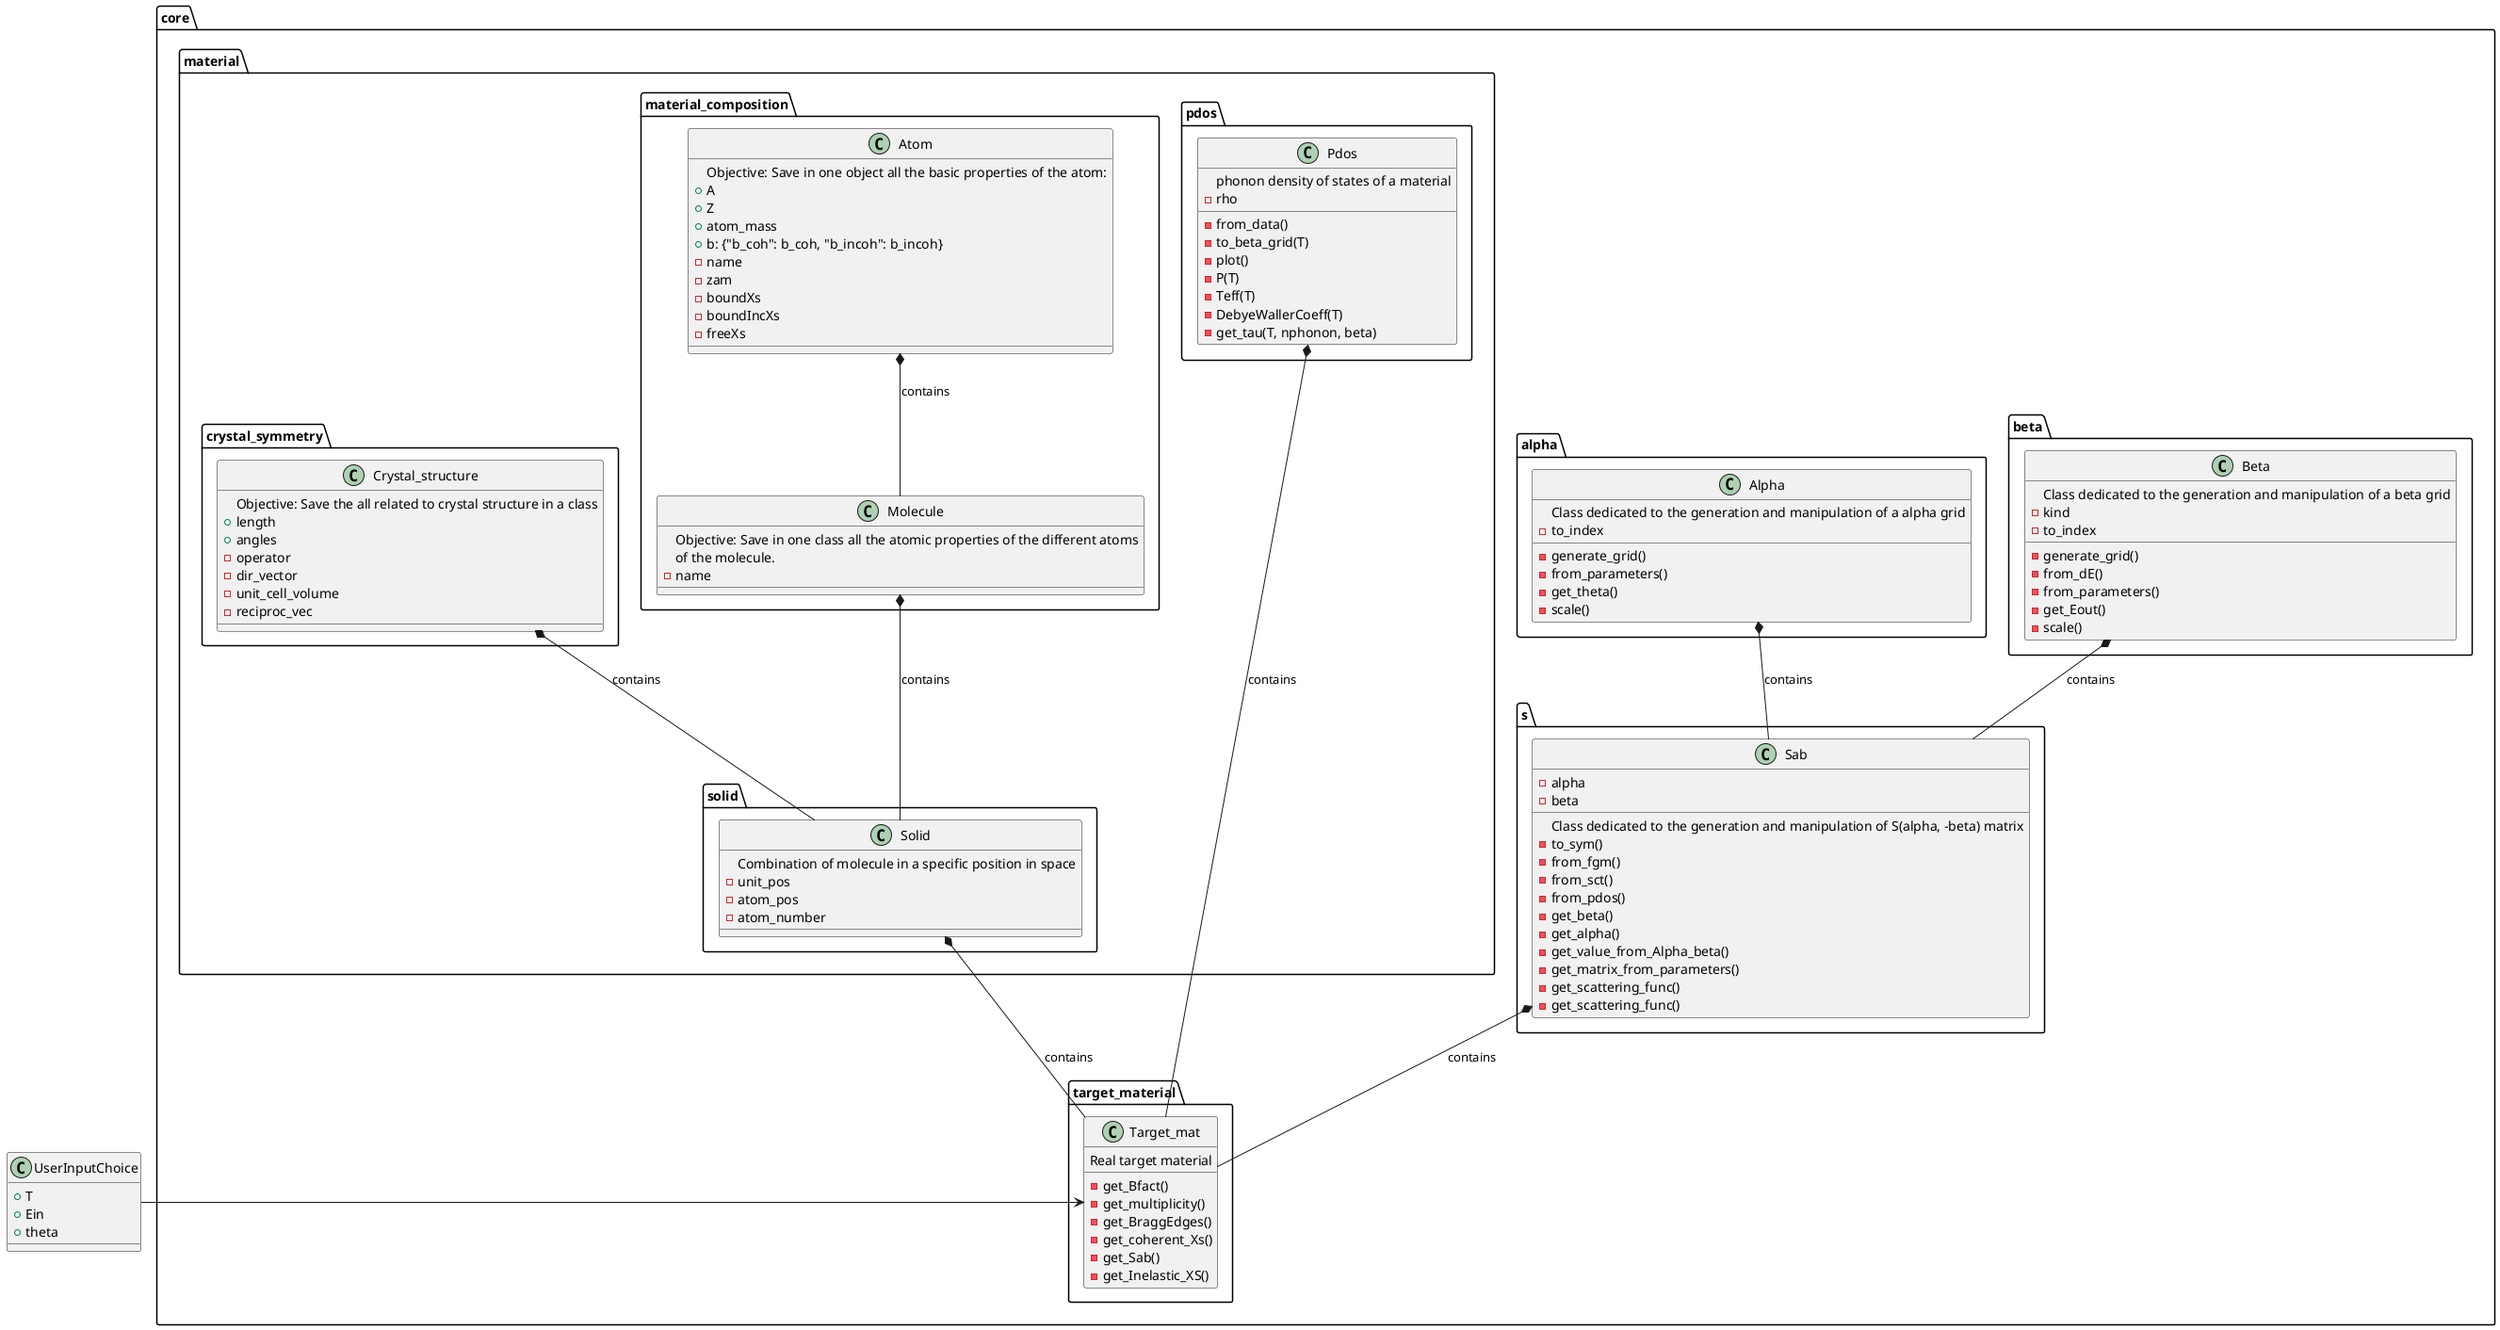
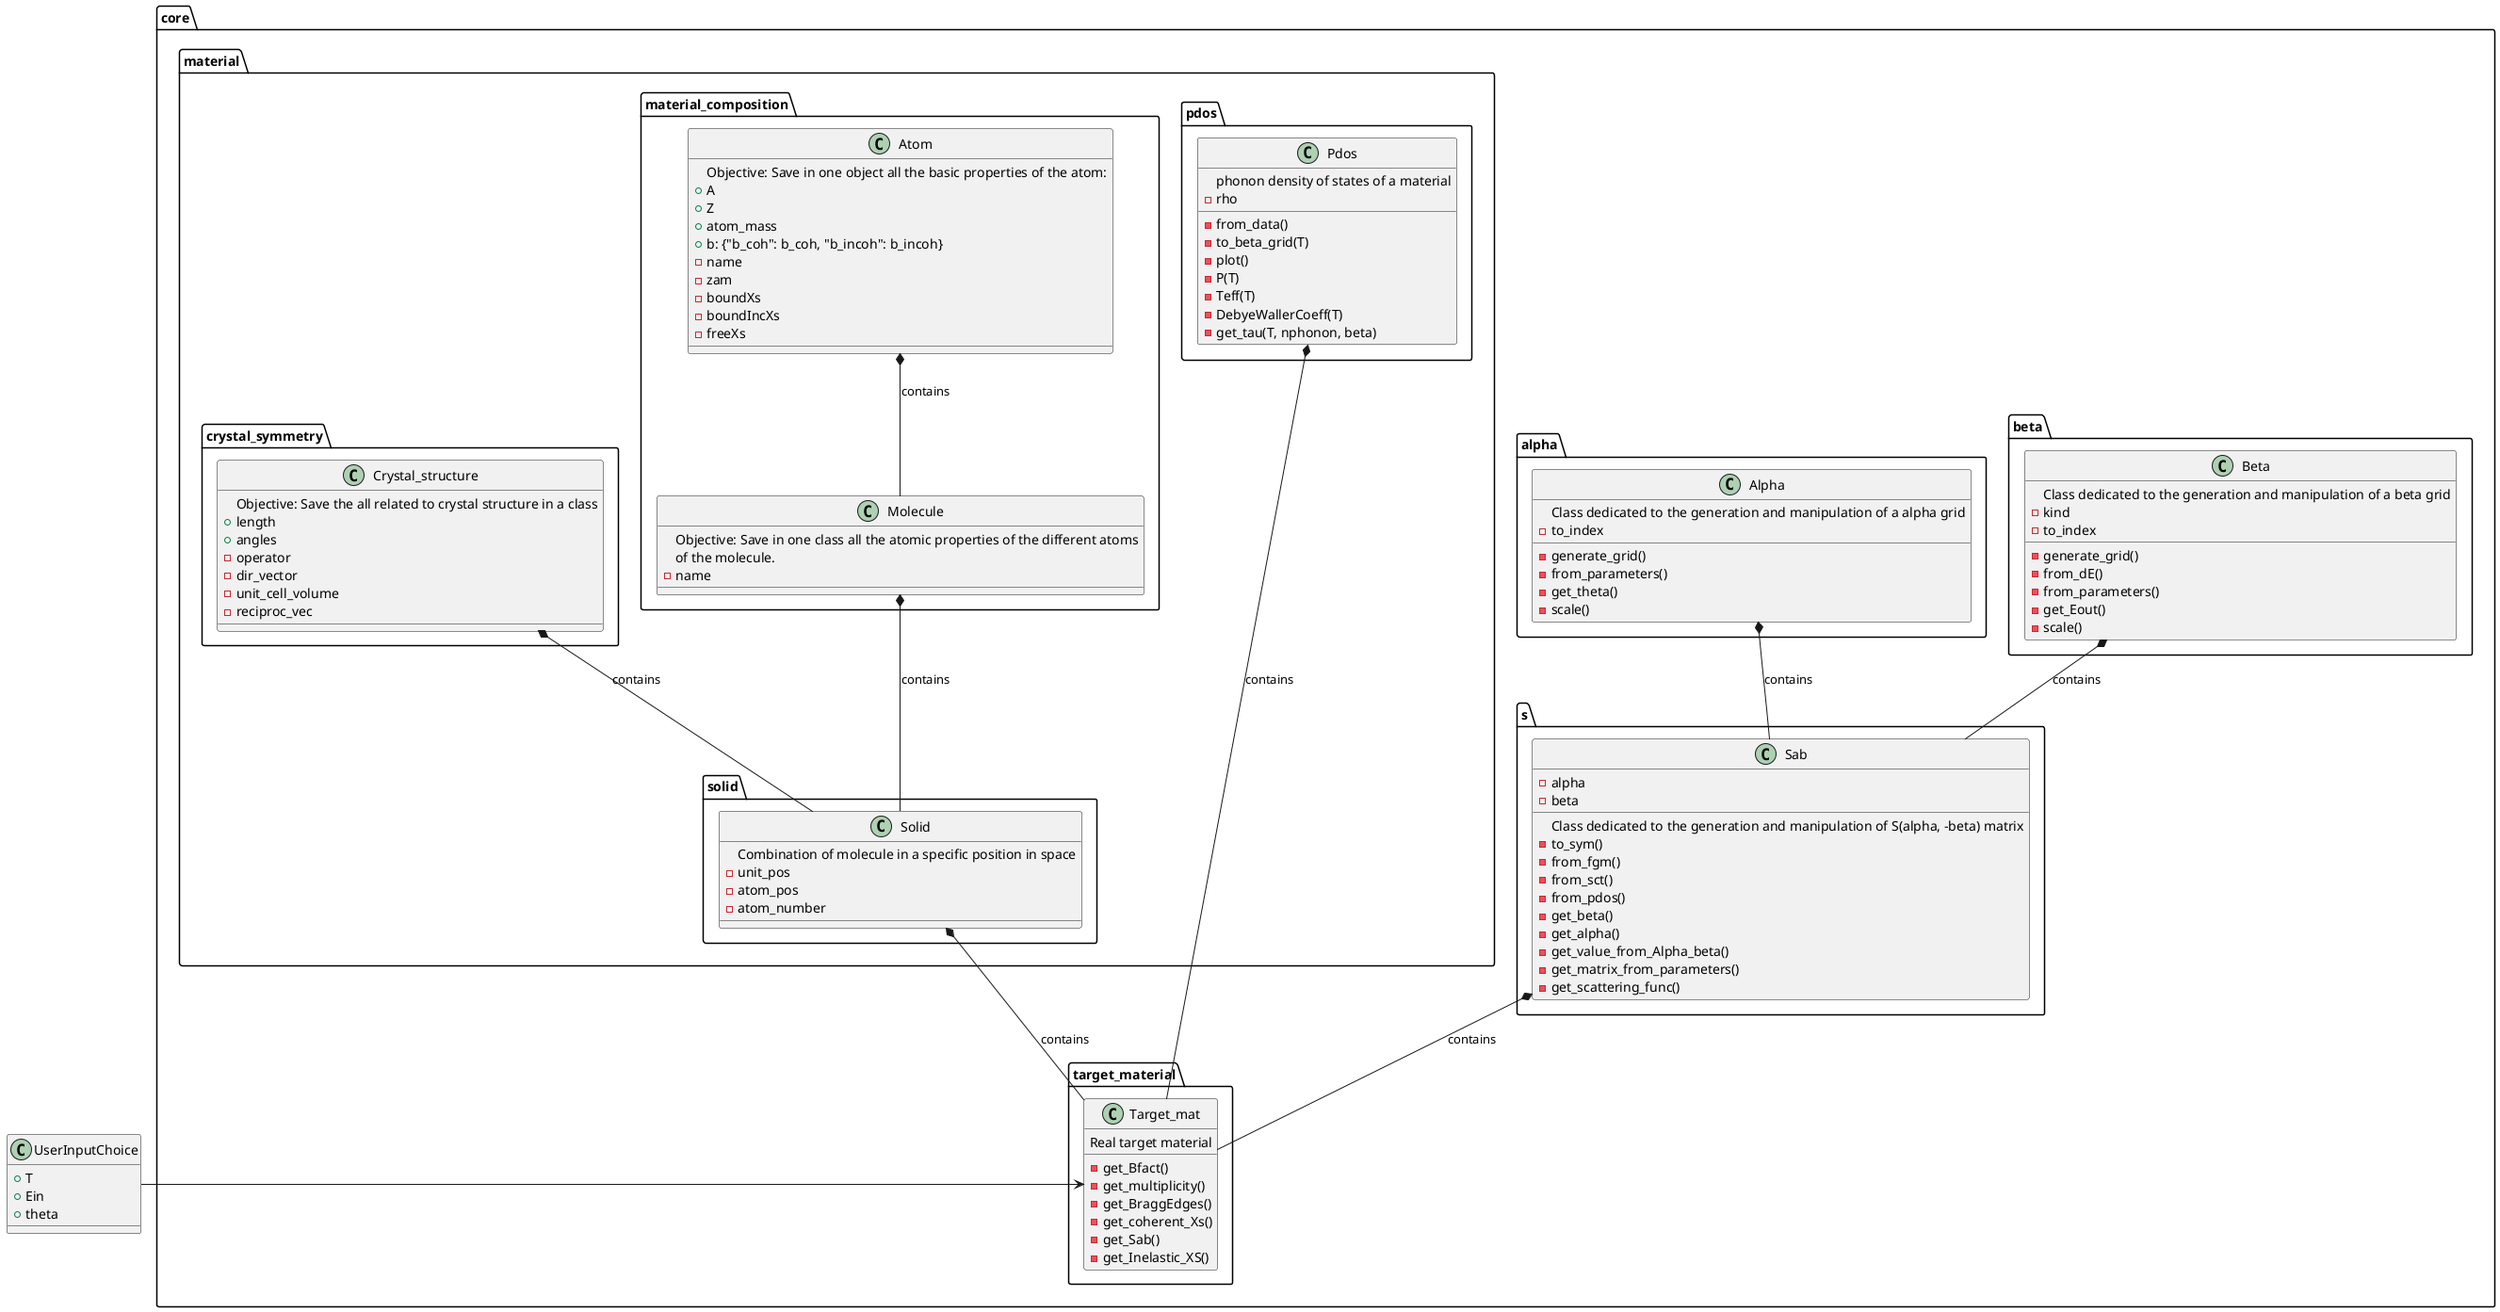
@startuml
class core.beta.Beta {
Class dedicated to the generation and manipulation of a beta grid
  - kind
  - to_index
  - generate_grid()
  - from_dE()
  - from_parameters()
  - get_Eout()
  - scale()
}

class core.alpha.Alpha {
Class dedicated to the generation and manipulation of a alpha grid
 - to_index
 - generate_grid()
 - from_parameters()
 - get_theta()
 - scale()
}
class core.s.Sab {
Class dedicated to the generation and manipulation of S(alpha, -beta) matrix
- alpha
- beta
- to_sym()
- from_fgm()
- from_sct()
- from_pdos()
- get_beta()
- get_alpha()
- get_value_from_Alpha_beta()
- get_matrix_from_parameters()
- - get_scattering_func()
- get_scattering_func()
}
Alpha *-- Sab : contains
Beta *-- Sab : contains

class core.material.pdos.Pdos{
phonon density of states of a material
- rho
- from_data()
- to_beta_grid(T)
- plot()
- P(T)
- Teff(T)
- DebyeWallerCoeff(T)
- get_tau(T, nphonon, beta)
}
class core.material.material_composition.Atom{
Objective: Save in one object all the basic properties of the atom:
+ A
+ Z
+ atom_mass
+ b: {"b_coh": b_coh, "b_incoh": b_incoh}
- name
- zam
- boundXs
- boundIncXs
-freeXs
}
core.material.material_composition.Atom *-- core.material.material_composition.Molecule : contains
class core.material.material_composition.Molecule{
Objective: Save in one class all the atomic properties of the different atoms
of the molecule.
- name
}
class core.material.crystal_symmetry.Crystal_structure{
Objective: Save the all related to crystal structure in a class
+ length
+ angles
- operator
- dir_vector
- unit_cell_volume
- reciproc_vec
}
class core.material.solid.Solid{
Combination of molecule in a specific position in space
- unit_pos
- atom_pos
- atom_number
}
core.material.material_composition.Molecule *-- core.material.solid.Solid : contains
core.material.crystal_symmetry.Crystal_structure *-- core.material.solid.Solid : contains

class core.target_material.Target_mat{
Real target material
- get_Bfact()
- get_multiplicity()
- get_BraggEdges()
- get_coherent_Xs()
- get_Sab()
- get_Inelastic_XS()
}
core.material.solid.Solid *-- core.target_material.Target_mat : contains
core.material.pdos.Pdos *-- core.target_material.Target_mat : contains
core.s.Sab *-- core.target_material.Target_mat : contains
class UserInputChoice{
+ T
+ Ein
+ theta
}
UserInputChoice -> core.target_material.Target_mat
@enduml